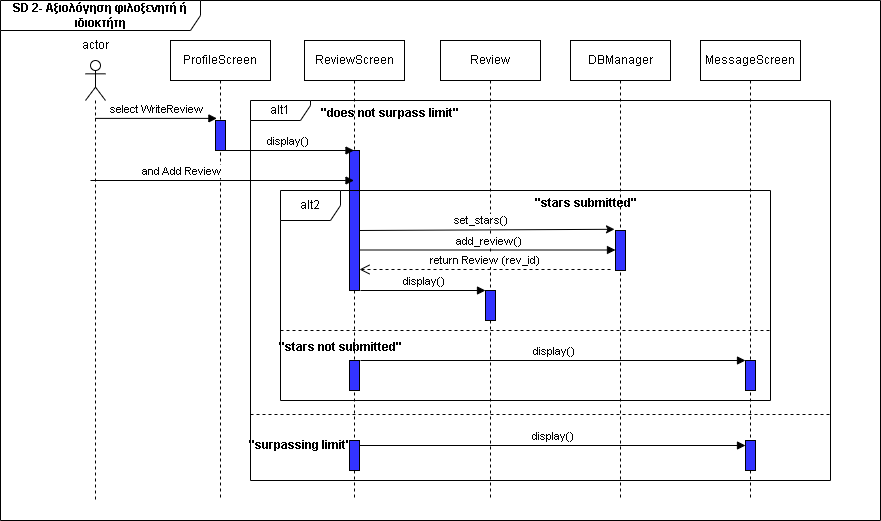
Earlier version of the draw.io export SD2-UC2.drawio.png (GeorgeTsav/Software-Technology---Project-2024-2025). Source tidied: cells renumbered, new cells last; positions are measured from the earlier drawing's top-left corner, leaving out a move shared by most shapes.
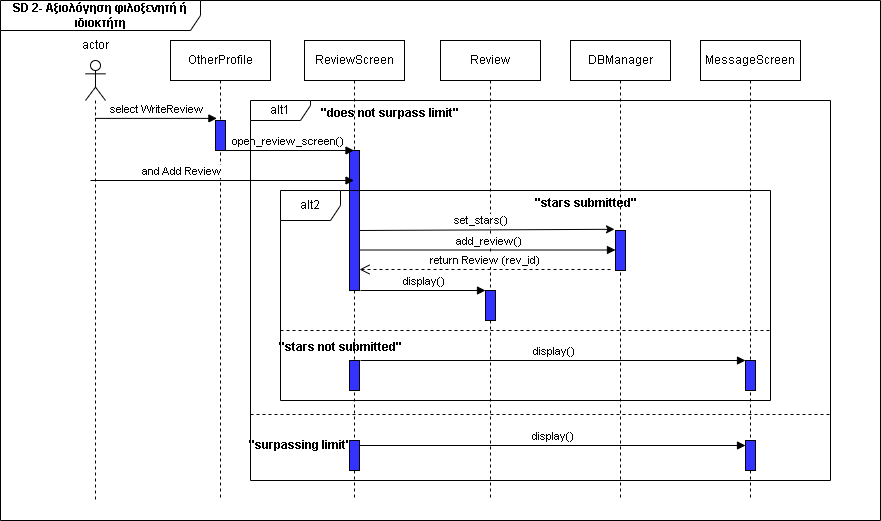
The same file after the commit.

Commit message:
επαναληψη επαναληψη επαναληψη yeah

Change to the diagram source:
```diff
@@ -11,7 +11,7 @@
     <mxCell id="4" value="actor" style="text;html=1;align=center;verticalAlign=middle;strokeColor=none;fillColor=none;" parent="1" vertex="1">
       <mxGeometry x="70" y="30" width="50" height="30" as="geometry" />
     </mxCell>
-    <mxCell id="5" value="ProfileScreen" style="shape=umlLifeline;perimeter=lifelinePerimeter;whiteSpace=wrap;html=1;newEdgeStyle={&quot;curved&quot;:0,&quot;rounded&quot;:0};" parent="1" vertex="1">
+    <mxCell id="5" value="OtherProfile" style="shape=umlLifeline;perimeter=lifelinePerimeter;whiteSpace=wrap;html=1;newEdgeStyle={&quot;curved&quot;:0,&quot;rounded&quot;:0};" parent="1" vertex="1">
       <mxGeometry x="170" y="40" width="100" height="460" as="geometry" />
     </mxCell>
     <mxCell id="6" style="html=1;points=[[0,0,0,0,5],[0,1,0,0,-5],[1,0,0,0,5],[1,1,0,0,-5]];perimeter=orthogonalPerimeter;outlineConnect=0;targetShapes=umlLifeline;portConstraint=eastwest;newEdgeStyle={&quot;curved&quot;:0,&quot;rounded&quot;:0};fillColor=#3333FF;" parent="5" vertex="1">
@@ -35,7 +35,7 @@
     <mxCell id="12" value="select WriteReview" style="html=1;verticalAlign=bottom;endArrow=block;curved=0;rounded=0;entryX=0.14;entryY=-0.07;entryDx=0;entryDy=0;entryPerimeter=0;" parent="1" edge="1" source="3" target="6">
       <mxGeometry relative="1" as="geometry" />
     </mxCell>
-    <mxCell id="13" value="display()" style="html=1;verticalAlign=bottom;endArrow=block;curved=0;rounded=0;" parent="1" edge="1">
+    <mxCell id="13" value="open_review_screen()" style="html=1;verticalAlign=bottom;endArrow=block;curved=0;rounded=0;" parent="1" edge="1">
       <mxGeometry relative="1" as="geometry">
         <mxPoint x="220" y="150" as="sourcePoint" />
         <mxPoint x="353.5" y="150" as="targetPoint" />
```
